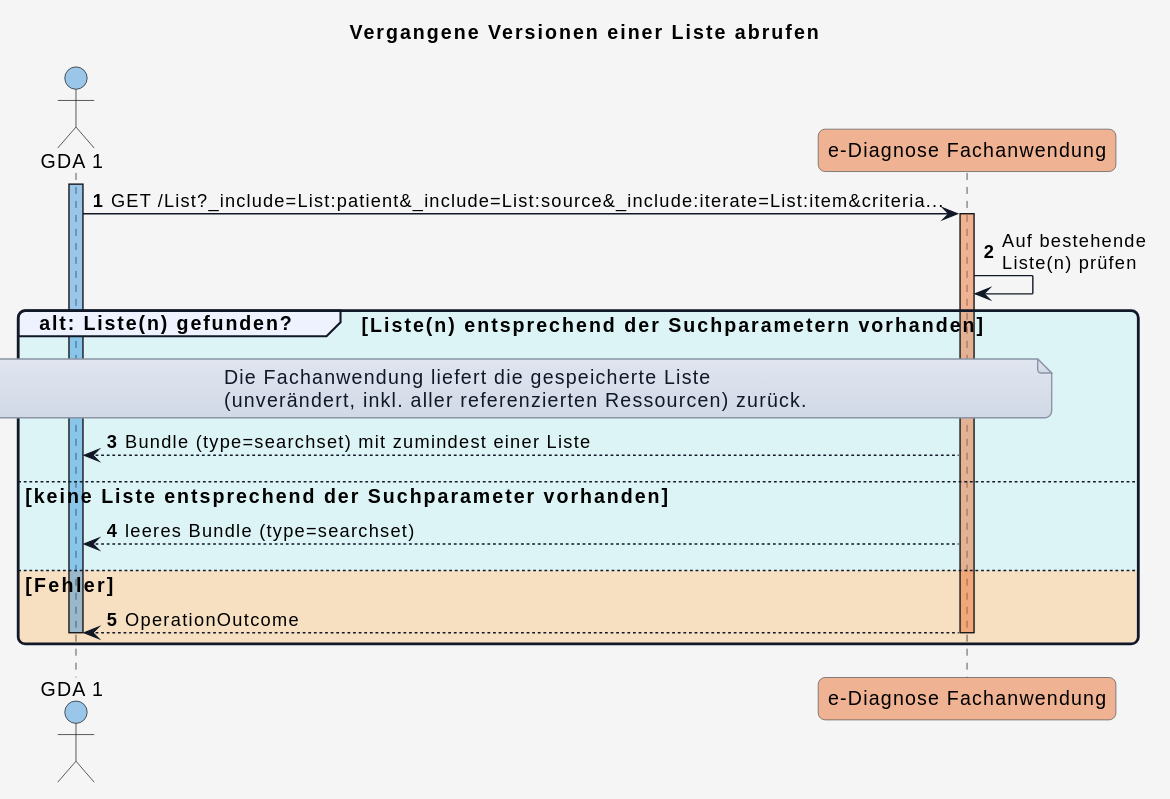
Above: input/images/plantuml/historyread.svg in HL7Austria/ELGA-e-Diagnose-R4 (PlantUML), before the change.
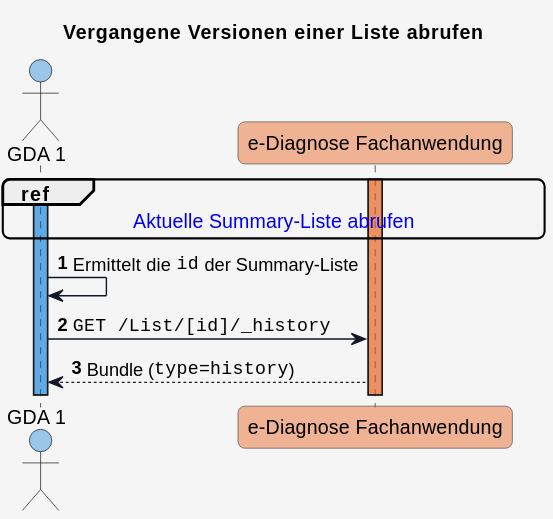
The same diagram one commit later.

Commit message:
Update use case regarding history versions

The edit, as a diff of the source:
```diff
@@ -56,27 +56,13 @@
 
 autonumber
 activate GDA_1 COLOR_GDA_1
-
-GDA_1 -> eDiag_FA: GET /List?_include=List:patient&_include=List:source&_include:iterate=List:item&criteria...
-
 activate eDiag_FA COLOR_DIAG_FA
 
-eDiag_FA -> eDiag_FA: Auf bestehende\nListe(n) prüfen
+ref over GDA_1, eDiag_FA : [[uc_ediag_01_lesen.html#aktuelle-summary-liste-abrufen Aktuelle Summary-Liste abrufen]]
 
-group COLOR_OK alt: Liste(n) gefunden? [Liste(n) entsprechend der Suchparametern vorhanden]
+GDA_1 -> GDA_1: Ermittelt die ""id"" der Summary-Liste
 
-  note over GDA_1, eDiag_FA
-    Die Fachanwendung liefert die gespeicherte Liste
-    (unverändert, inkl. aller referenzierten Ressourcen) zurück.
-  end note
+GDA_1 -> eDiag_FA: ""GET /List/[id]/_history""
 
-  eDiag_FA --> GDA_1: Bundle (type=searchset) mit zumindest einer Liste
-
-else COLOR_OK keine Liste entsprechend der Suchparameter vorhanden
-  eDiag_FA --> GDA_1: leeres Bundle (type=searchset)
-else COLOR_ERROR Fehler
-  eDiag_FA --> GDA_1: OperationOutcome
-  deactivate GDA_1
-  deactivate eDiag_FA
-end
+eDiag_FA --> GDA_1: Bundle (""type=history"")
 @enduml
```
